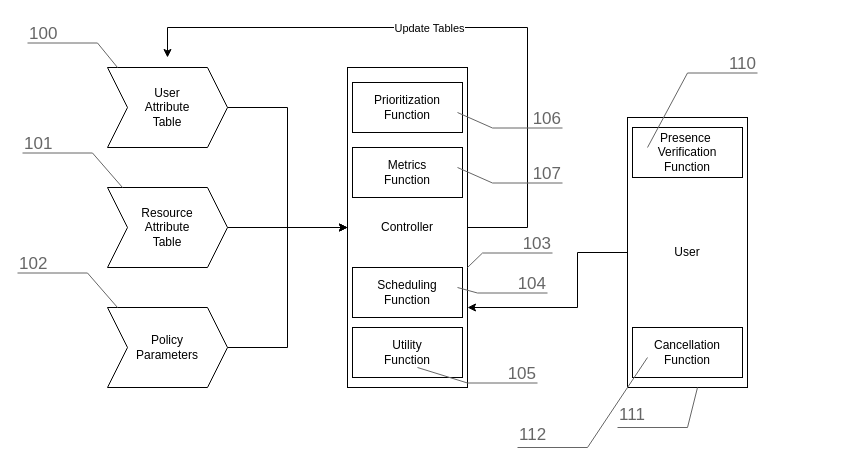
Above: page "system-patent" (7 of 11) of lectures/ai-systems/going-back-to-work/images/going-back-to-work.drawio in pantelis/aiml-common (draw.io), before the change. Source tidied: cells renumbered, new cells numbered last; positions are measured from the earlier drawing's top-left corner, leaving out a move shared by most shapes. Both pictures are drawn from the tidied source at 100%, with x=0, y=0 at pixel (17, 17).
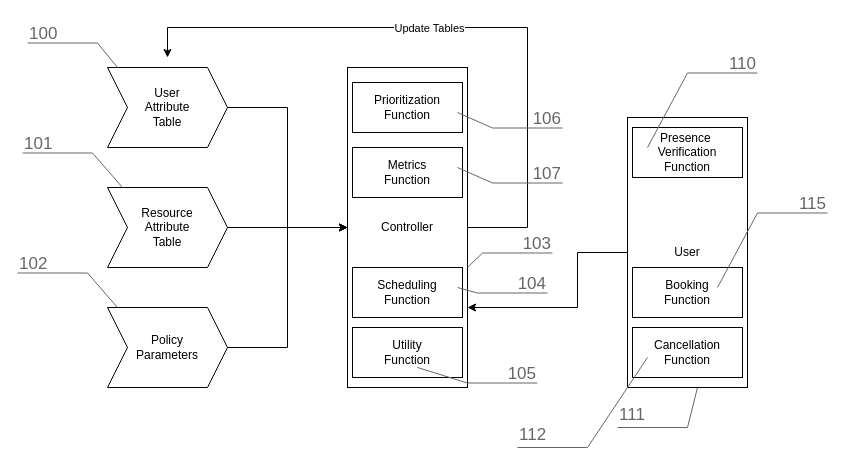
The same diagram, later.

The edit, as a diff of the source:
```diff
@@
+    <mxCell id="30" value="Booking &lt;br&gt;Function" style="rounded=0;whiteSpace=wrap;html=1;align=center;" parent="1" vertex="1">
+      <mxGeometry x="615" y="250" width="110" height="50" as="geometry" />
+    </mxCell>
+    <mxCell id="31" value="115" style="strokeWidth=1;shadow=0;dashed=0;align=center;html=1;shape=mxgraph.mockup.text.callout;linkText=;textSize=17;textColor=#666666;callDir=NE;callStyle=line;fontSize=17;fontColor=#666666;align=right;verticalAlign=top;strokeColor=#666666;" parent="1" vertex="1">
+      <mxGeometry x="700" y="170" width="110" height="100" as="geometry" />
+    </mxCell>
```
